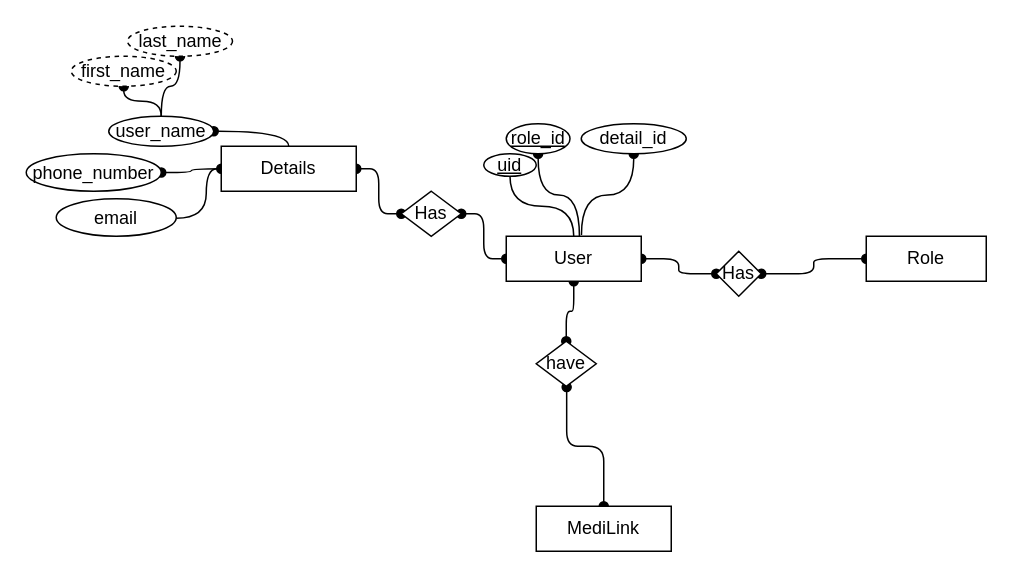
Above: ER_MediLink.drawio in BhathikaGimhan/MediLink-Helthcare (draw.io), before the change. Source tidied: cells renumbered, new cells numbered last; positions are measured from the earlier drawing's top-left corner, leaving out a move shared by most shapes. Both pictures are drawn from the tidied source at 150%, with x=0, y=0 at pixel (26, 26).
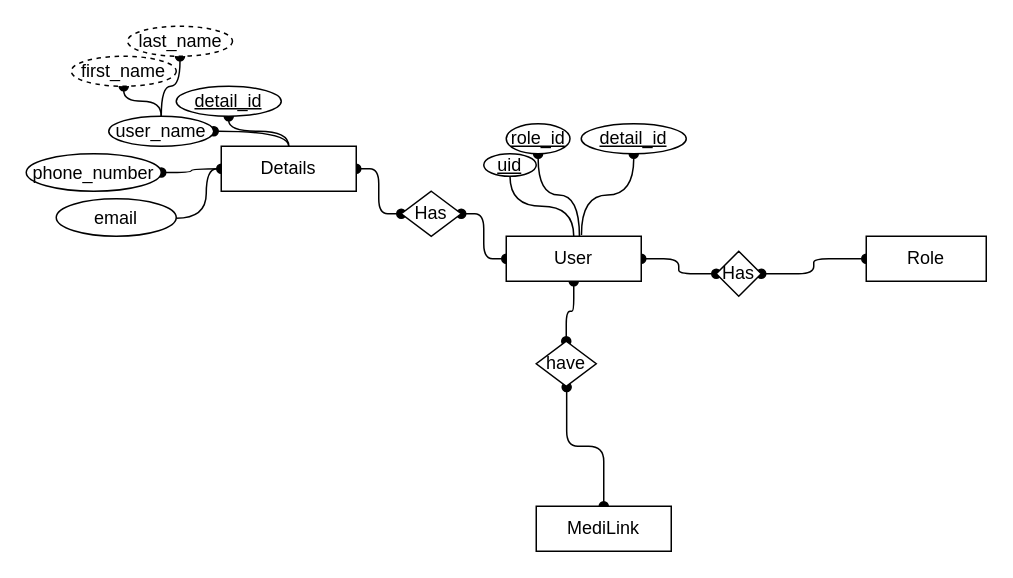
The same diagram, later.

The change refers to these unchanged cells:
```xml
<mxCell id="15" value="Details" style="whiteSpace=wrap;html=1;" parent="1" vertex="1">
  <mxGeometry x="130" y="80" width="90" height="30" as="geometry" />
</mxCell>
```

What changed in the source:
```diff
@@
-    <mxCell id="27" value="detail_id" style="ellipse;whiteSpace=wrap;html=1;" parent="1" vertex="1">
+    <mxCell id="27" value="&lt;u&gt;detail_id&lt;/u&gt;" style="ellipse;whiteSpace=wrap;html=1;" parent="1" vertex="1">
       <mxGeometry x="370" y="65" width="70" height="20" as="geometry" />
     </mxCell>
@@
+    <mxCell id="31" style="edgeStyle=orthogonalEdgeStyle;curved=1;html=1;entryX=0.5;entryY=0;entryDx=0;entryDy=0;startArrow=oval;startFill=1;endArrow=none;endFill=0;elbow=vertical;" parent="1" edge="1" source="32" target="15">
+      <mxGeometry relative="1" as="geometry" />
+    </mxCell>
+    <mxCell id="32" value="&lt;u&gt;detail_id&lt;/u&gt;" style="ellipse;whiteSpace=wrap;html=1;" parent="1" vertex="1">
+      <mxGeometry x="100" y="40" width="70" height="20" as="geometry" />
+    </mxCell>
```
